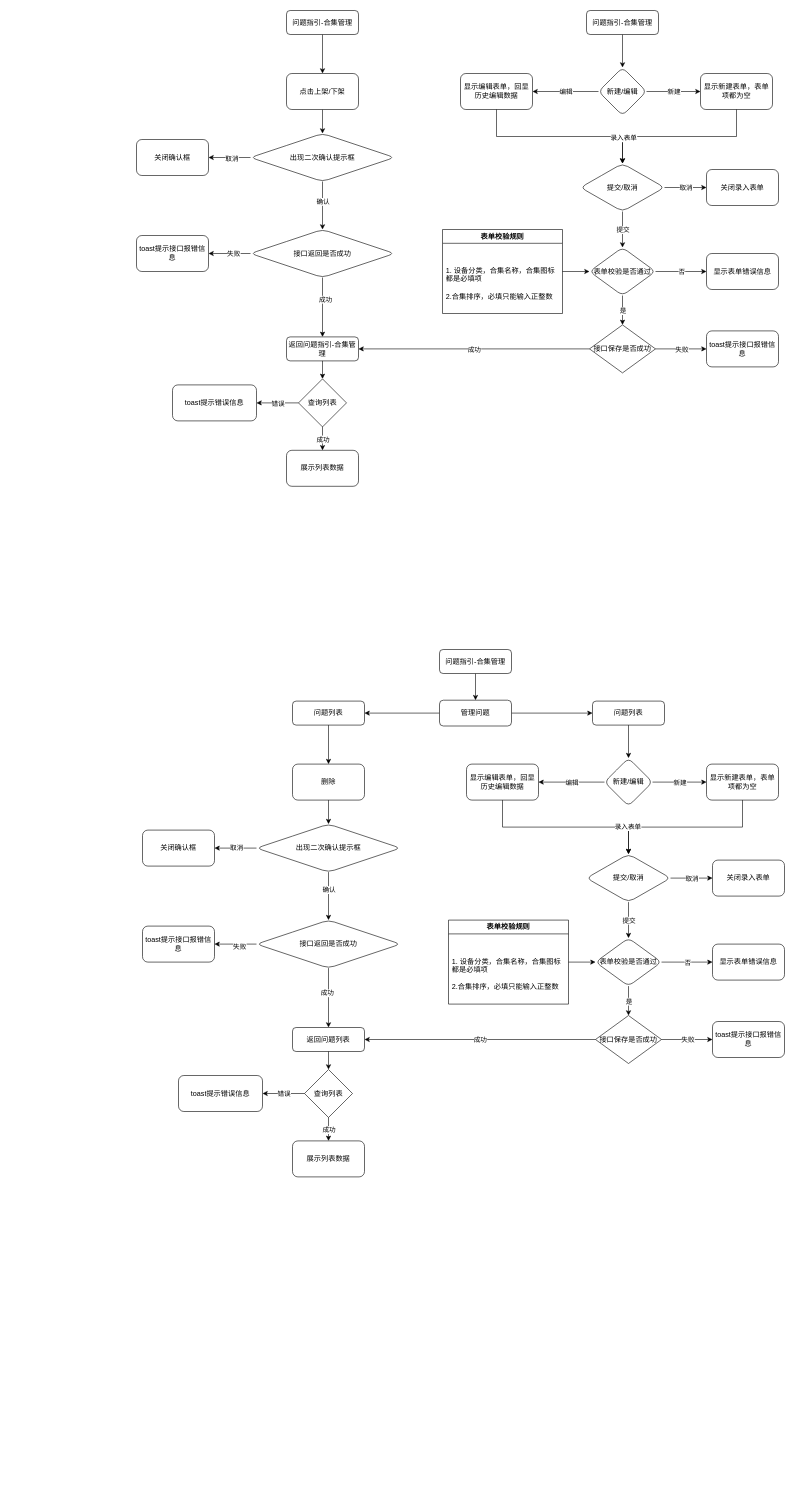
The draw.io diagram 问题指引.drawio in BwinYang/bwinyang, before the edit. Source tidied: cells renumbered, new cells numbered last; positions are measured from the earlier drawing's top-left corner, leaving out a move shared by most shapes. Both pictures are drawn from the tidied source at 60%, with x=0, y=0 at pixel (136, 10).
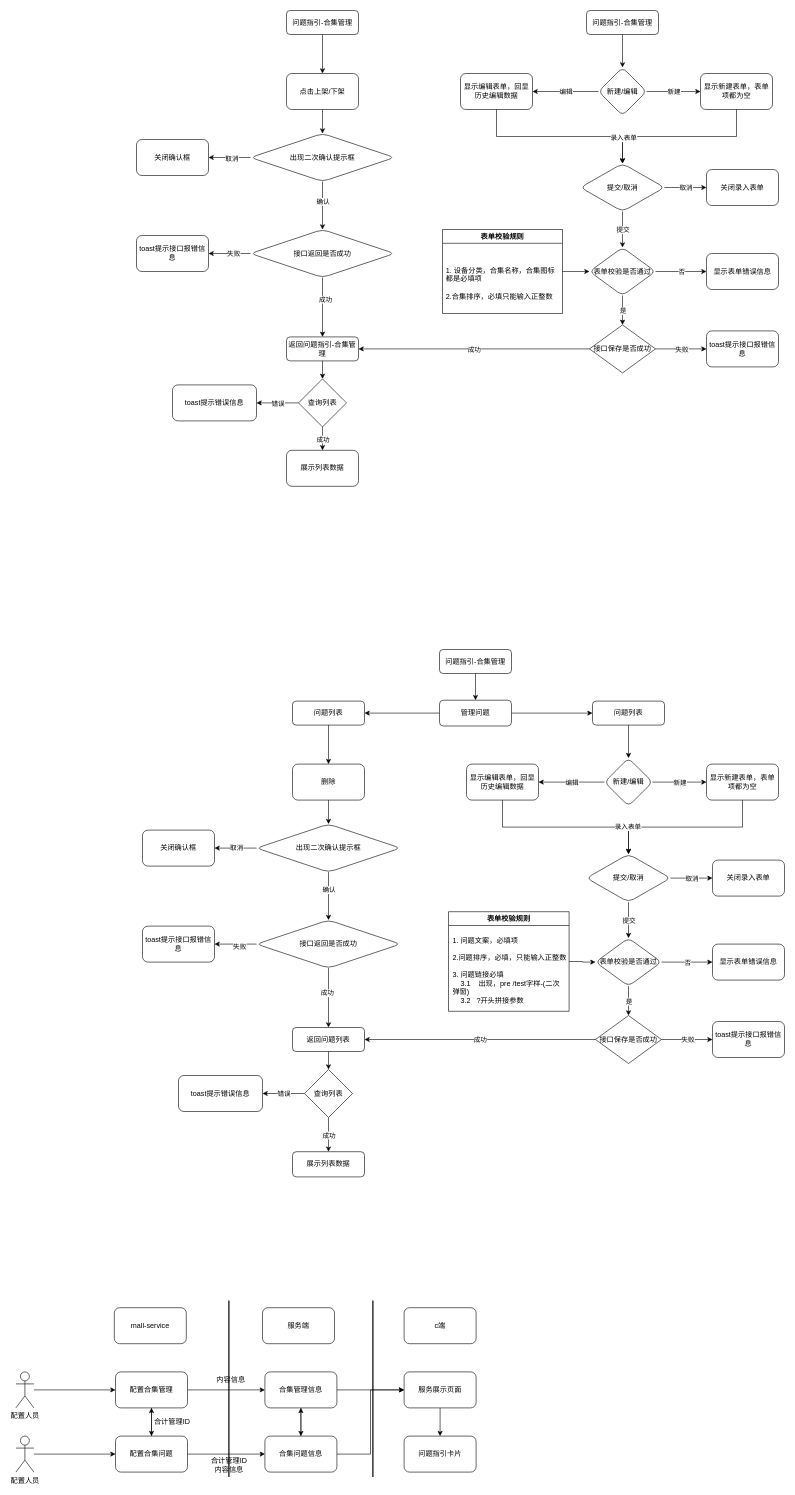
The same diagram, later.

Commit message:
更新问题指引.drawio

The edit, as a diff of the source:
```diff
@@
     <mxCell id="75" value="展示列表数据" style="rounded=1;whiteSpace=wrap;html=1;" parent="1" vertex="1">
-      <mxGeometry x="260" y="1884" width="120" height="60" as="geometry" />
+      <mxGeometry x="260" y="1902" width="120" height="42" as="geometry" />
     </mxCell>
@@
     <mxCell id="116" value="表单校验规则" style="swimlane;whiteSpace=wrap;html=1;" parent="1" vertex="1">
-      <mxGeometry x="520" y="1516" width="200" height="140" as="geometry" />
+      <mxGeometry x="520" y="1502" width="201" height="166" as="geometry" />
     </mxCell>
-    <mxCell id="117" value="&lt;div&gt;&lt;/div&gt;1. 设备分类，合集名称，合集图标都是必填项&lt;br&gt;&lt;br&gt;2.合集排序，必填只能输入正整数" style="text;strokeColor=none;fillColor=none;align=left;verticalAlign=middle;spacingLeft=4;spacingRight=4;overflow=hidden;whiteSpace=wrap;html=1;" parent="116" vertex="1">
-      <mxGeometry y="40" width="200" height="100" as="geometry" />
+    <mxCell id="117" value="&lt;div&gt;&lt;/div&gt;1. 问题文案，必填项&lt;br&gt;&lt;br&gt;2.问题排序，必填，只能输入正整数&lt;br&gt;&lt;br&gt;3. 问题链接必填&lt;br&gt;&lt;div&gt;&amp;nbsp; &amp;nbsp; 3.1&amp;nbsp; &amp;nbsp; 出现，pre /test字样-(二次弹窗)&lt;/div&gt;&lt;div&gt;&amp;nbsp; &amp;nbsp; 3.2&amp;nbsp; &amp;nbsp;?开头拼接参数&lt;/div&gt;" style="text;strokeColor=none;fillColor=none;align=left;verticalAlign=middle;spacingLeft=4;spacingRight=4;overflow=hidden;whiteSpace=wrap;html=1;" parent="116" vertex="1">
+      <mxGeometry x="1" y="29" width="200" height="137" as="geometry" />
     </mxCell>
@@
+    <mxCell id="123" value="mall-service" style="rounded=1;whiteSpace=wrap;html=1;" parent="1" vertex="1">
+      <mxGeometry x="-37" y="2162" width="120" height="60" as="geometry" />
+    </mxCell>
+    <mxCell id="124" value="服务端" style="rounded=1;whiteSpace=wrap;html=1;" parent="1" vertex="1">
+      <mxGeometry x="210" y="2162" width="120" height="60" as="geometry" />
+    </mxCell>
+    <mxCell id="125" value="c端" style="rounded=1;whiteSpace=wrap;html=1;" parent="1" vertex="1">
+      <mxGeometry x="446" y="2162" width="120" height="60" as="geometry" />
+    </mxCell>
+    <mxCell id="126" style="edgeStyle=orthogonalEdgeStyle;rounded=0;jettySize=auto;html=1;entryX=0;entryY=0.5;entryDx=0;entryDy=0;" parent="1" edge="1" source="127" target="130">
+      <mxGeometry relative="1" as="geometry" />
+    </mxCell>
+    <mxCell id="127" value="配置人员" style="shape=umlActor;verticalLabelPosition=bottom;verticalAlign=top;html=1;outlineConnect=0;" parent="1" vertex="1">
+      <mxGeometry x="-201" y="2269" width="30" height="60" as="geometry" />
+    </mxCell>
+    <mxCell id="128" style="edgeStyle=orthogonalEdgeStyle;rounded=0;jettySize=auto;html=1;entryX=0;entryY=0.5;entryDx=0;entryDy=0;exitX=1;exitY=0.5;exitDx=0;exitDy=0;" parent="1" edge="1" source="130" target="135">
+      <mxGeometry relative="1" as="geometry" />
+    </mxCell>
+    <mxCell id="129" style="edgeStyle=orthogonalEdgeStyle;rounded=0;jettySize=auto;html=1;entryX=0.5;entryY=0;entryDx=0;entryDy=0;" parent="1" edge="1" source="130" target="132">
+      <mxGeometry relative="1" as="geometry" />
+    </mxCell>
+    <mxCell id="130" value="配置合集管理" style="whiteSpace=wrap;html=1;rounded=1;" parent="1" vertex="1">
+      <mxGeometry x="-35" y="2269" width="120" height="60" as="geometry" />
+    </mxCell>
+    <mxCell id="131" style="edgeStyle=orthogonalEdgeStyle;rounded=0;jettySize=auto;html=1;" parent="1" edge="1" source="132" target="130">
+      <mxGeometry relative="1" as="geometry" />
+    </mxCell>
+    <mxCell id="132" value="配置合集问题" style="whiteSpace=wrap;html=1;rounded=1;" parent="1" vertex="1">
+      <mxGeometry x="-35" y="2376" width="120" height="60" as="geometry" />
+    </mxCell>
+    <mxCell id="133" style="edgeStyle=orthogonalEdgeStyle;rounded=0;jettySize=auto;html=1;" parent="1" edge="1" source="135" target="143">
+      <mxGeometry relative="1" as="geometry" />
+    </mxCell>
+    <mxCell id="134" style="edgeStyle=orthogonalEdgeStyle;rounded=0;jettySize=auto;html=1;" parent="1" edge="1" source="135" target="145">
+      <mxGeometry relative="1" as="geometry" />
+    </mxCell>
+    <mxCell id="135" value="合集管理信息" style="rounded=1;whiteSpace=wrap;html=1;" parent="1" vertex="1">
+      <mxGeometry x="214" y="2269" width="120" height="60" as="geometry" />
+    </mxCell>
+    <mxCell id="136" style="edgeStyle=orthogonalEdgeStyle;rounded=0;jettySize=auto;html=1;entryX=0;entryY=0.5;entryDx=0;entryDy=0;" parent="1" edge="1" source="137" target="132">
+      <mxGeometry relative="1" as="geometry" />
+    </mxCell>
+    <mxCell id="137" value="配置人员" style="shape=umlActor;verticalLabelPosition=bottom;verticalAlign=top;html=1;outlineConnect=0;" parent="1" vertex="1">
+      <mxGeometry x="-201" y="2376" width="30" height="60" as="geometry" />
+    </mxCell>
+    <mxCell id="138" style="line;strokeWidth=2;direction=south;html=1;" parent="1" vertex="1">
+      <mxGeometry x="149" y="2150" width="10" height="294" as="geometry" />
+    </mxCell>
+    <mxCell id="139" style="line;strokeWidth=2;direction=south;html=1;" parent="1" vertex="1">
+      <mxGeometry x="389" y="2150" width="10" height="294" as="geometry" />
+    </mxCell>
+    <mxCell id="140" style="edgeStyle=orthogonalEdgeStyle;rounded=0;jettySize=auto;html=1;entryX=0;entryY=0.5;entryDx=0;entryDy=0;" parent="1" edge="1" source="132" target="143">
+      <mxGeometry relative="1" as="geometry" />
+    </mxCell>
+    <mxCell id="141" style="edgeStyle=orthogonalEdgeStyle;rounded=0;jettySize=auto;html=1;" parent="1" edge="1" source="143" target="135">
+      <mxGeometry relative="1" as="geometry" />
+    </mxCell>
+    <mxCell id="142" style="edgeStyle=orthogonalEdgeStyle;rounded=0;jettySize=auto;html=1;entryX=0;entryY=0.5;entryDx=0;entryDy=0;" parent="1" edge="1" source="143" target="145">
+      <mxGeometry relative="1" as="geometry" />
+    </mxCell>
+    <mxCell id="143" value="合集问题信息" style="rounded=1;whiteSpace=wrap;html=1;" parent="1" vertex="1">
+      <mxGeometry x="214" y="2376" width="120" height="60" as="geometry" />
+    </mxCell>
+    <mxCell id="144" style="edgeStyle=orthogonalEdgeStyle;rounded=0;jettySize=auto;html=1;" parent="1" edge="1" source="145" target="146">
+      <mxGeometry relative="1" as="geometry" />
+    </mxCell>
+    <mxCell id="145" value="服务展示页面" style="rounded=1;whiteSpace=wrap;html=1;" parent="1" vertex="1">
+      <mxGeometry x="446" y="2269" width="120" height="60" as="geometry" />
+    </mxCell>
+    <mxCell id="146" value="问题指引卡片" style="rounded=1;whiteSpace=wrap;html=1;" parent="1" vertex="1">
+      <mxGeometry x="446" y="2376" width="120" height="60" as="geometry" />
+    </mxCell>
+    <mxCell id="147" value="合计管理ID" style="text;html=1;align=center;verticalAlign=middle;strokeColor=none;fillColor=none;" parent="1" vertex="1">
+      <mxGeometry x="20" y="2340" width="78" height="26" as="geometry" />
+    </mxCell>
+    <mxCell id="148" value="合计管理ID&lt;br&gt;内容信息" style="text;html=1;align=center;verticalAlign=middle;strokeColor=none;fillColor=none;" parent="1" vertex="1">
+      <mxGeometry x="115" y="2403" width="78" height="41" as="geometry" />
+    </mxCell>
+    <mxCell id="149" value="内容信息" style="text;html=1;align=center;verticalAlign=middle;strokeColor=none;fillColor=none;" parent="1" vertex="1">
+      <mxGeometry x="124" y="2269" width="66" height="26" as="geometry" />
+    </mxCell>
```
